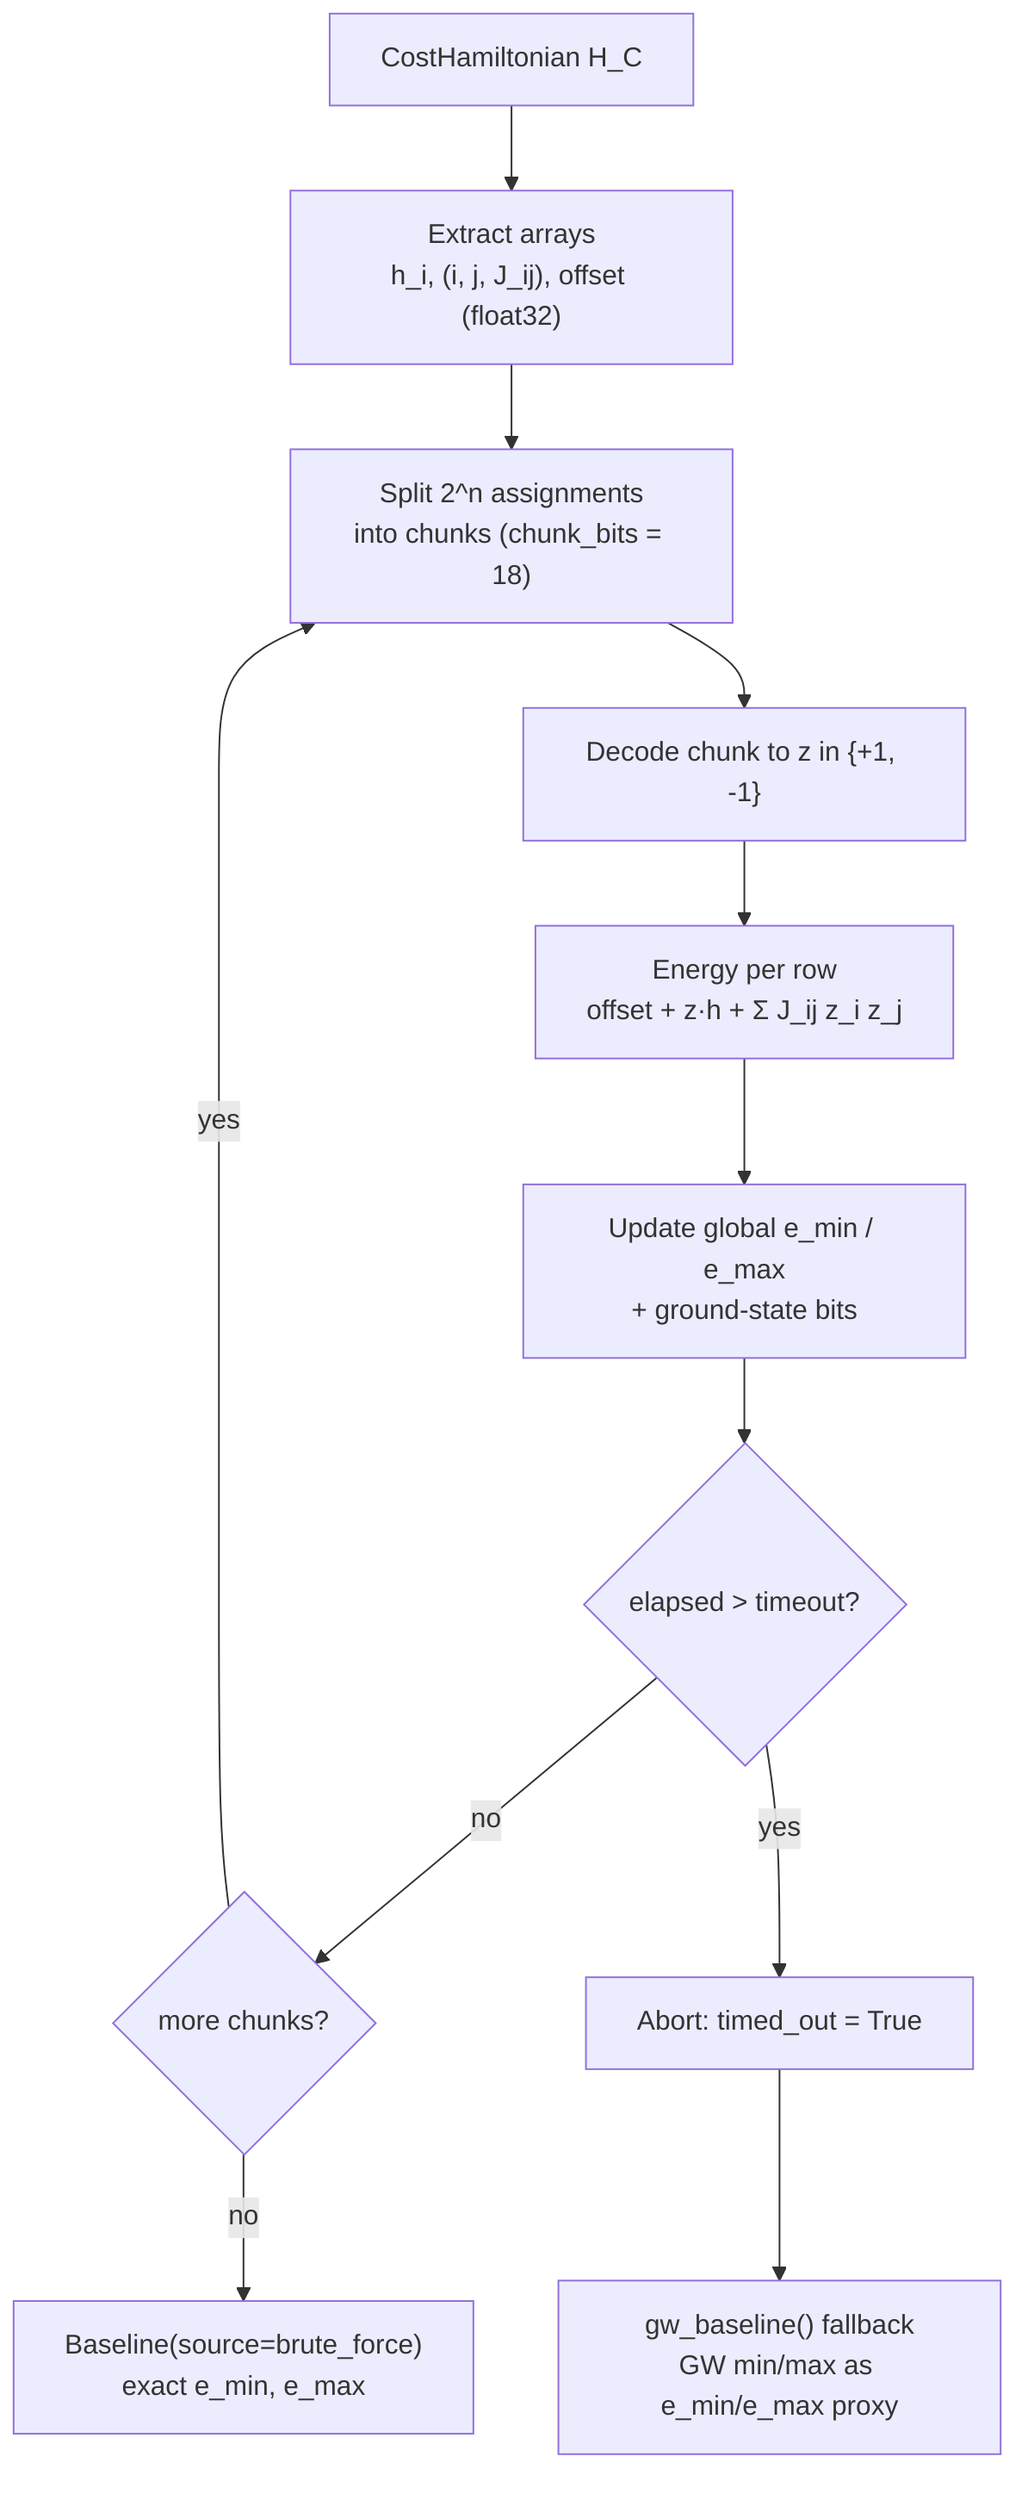
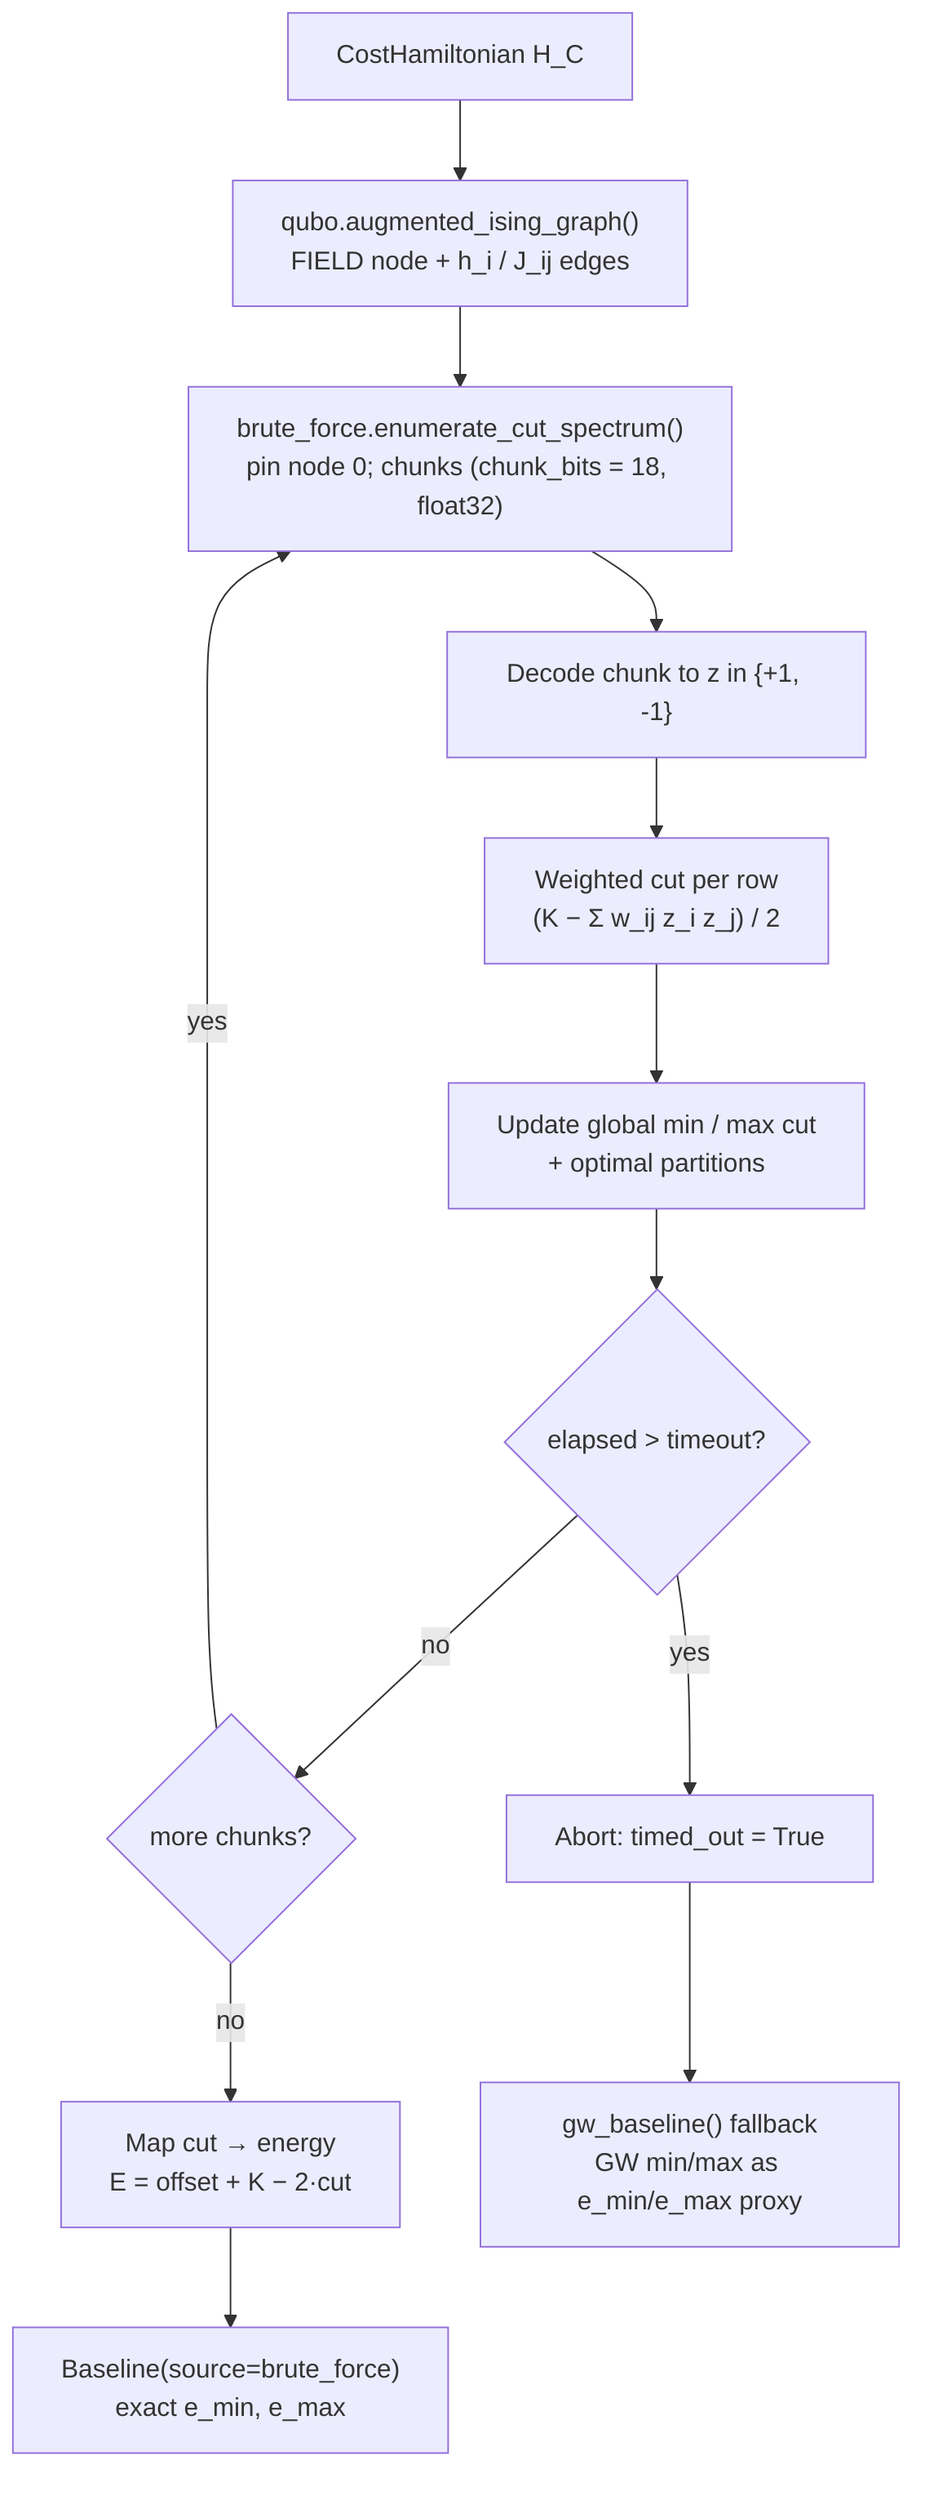
flowchart TD
-     A["CostHamiltonian H_C"] --> B["Extract arrays<br/>h_i, (i, j, J_ij), offset (float32)"]
-     B --> C["Split 2^n assignments<br/>into chunks (chunk_bits = 18)"]
+     A["CostHamiltonian H_C"] --> B["qubo.augmented_ising_graph()<br/>FIELD node + h_i / J_ij edges"]
+     B --> C["brute_force.enumerate_cut_spectrum()<br/>pin node 0; chunks (chunk_bits = 18, float32)"]
    C --> D["Decode chunk to z in {+1, -1}"]
-     D --> E["Energy per row<br/>offset + z&middot;h + &Sigma; J_ij z_i z_j"]
-     E --> F["Update global e_min / e_max<br/>+ ground-state bits"]
+     D --> E["Weighted cut per row<br/>(K &minus; &Sigma; w_ij z_i z_j) / 2"]
+     E --> F["Update global min / max cut<br/>+ optimal partitions"]
    F --> G{"elapsed > timeout?"}
    G -->|no| H{"more chunks?"}
    H -->|yes| C
-     H -->|no| OK["Baseline(source=brute_force)<br/>exact e_min, e_max"]
+     H -->|no| MAP["Map cut &rarr; energy<br/>E = offset + K &minus; 2&middot;cut"]
+     MAP --> OK["Baseline(source=brute_force)<br/>exact e_min, e_max"]
    G -->|yes| TO["Abort: timed_out = True"]
    TO --> FB["gw_baseline() fallback<br/>GW min/max as e_min/e_max proxy"]
